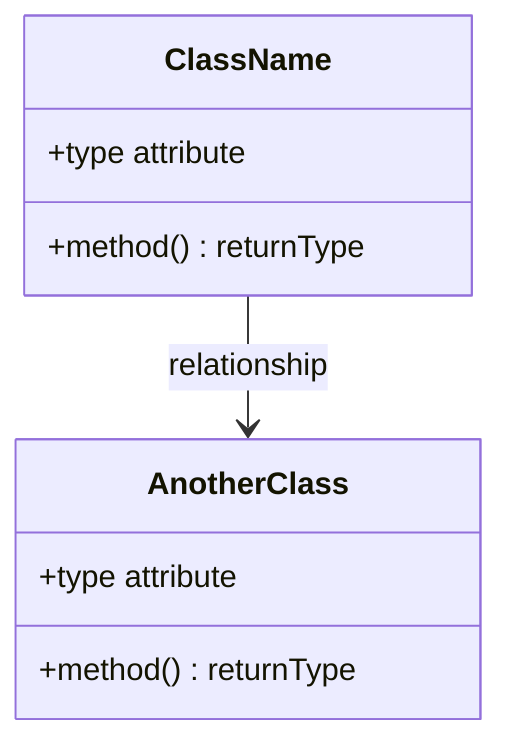
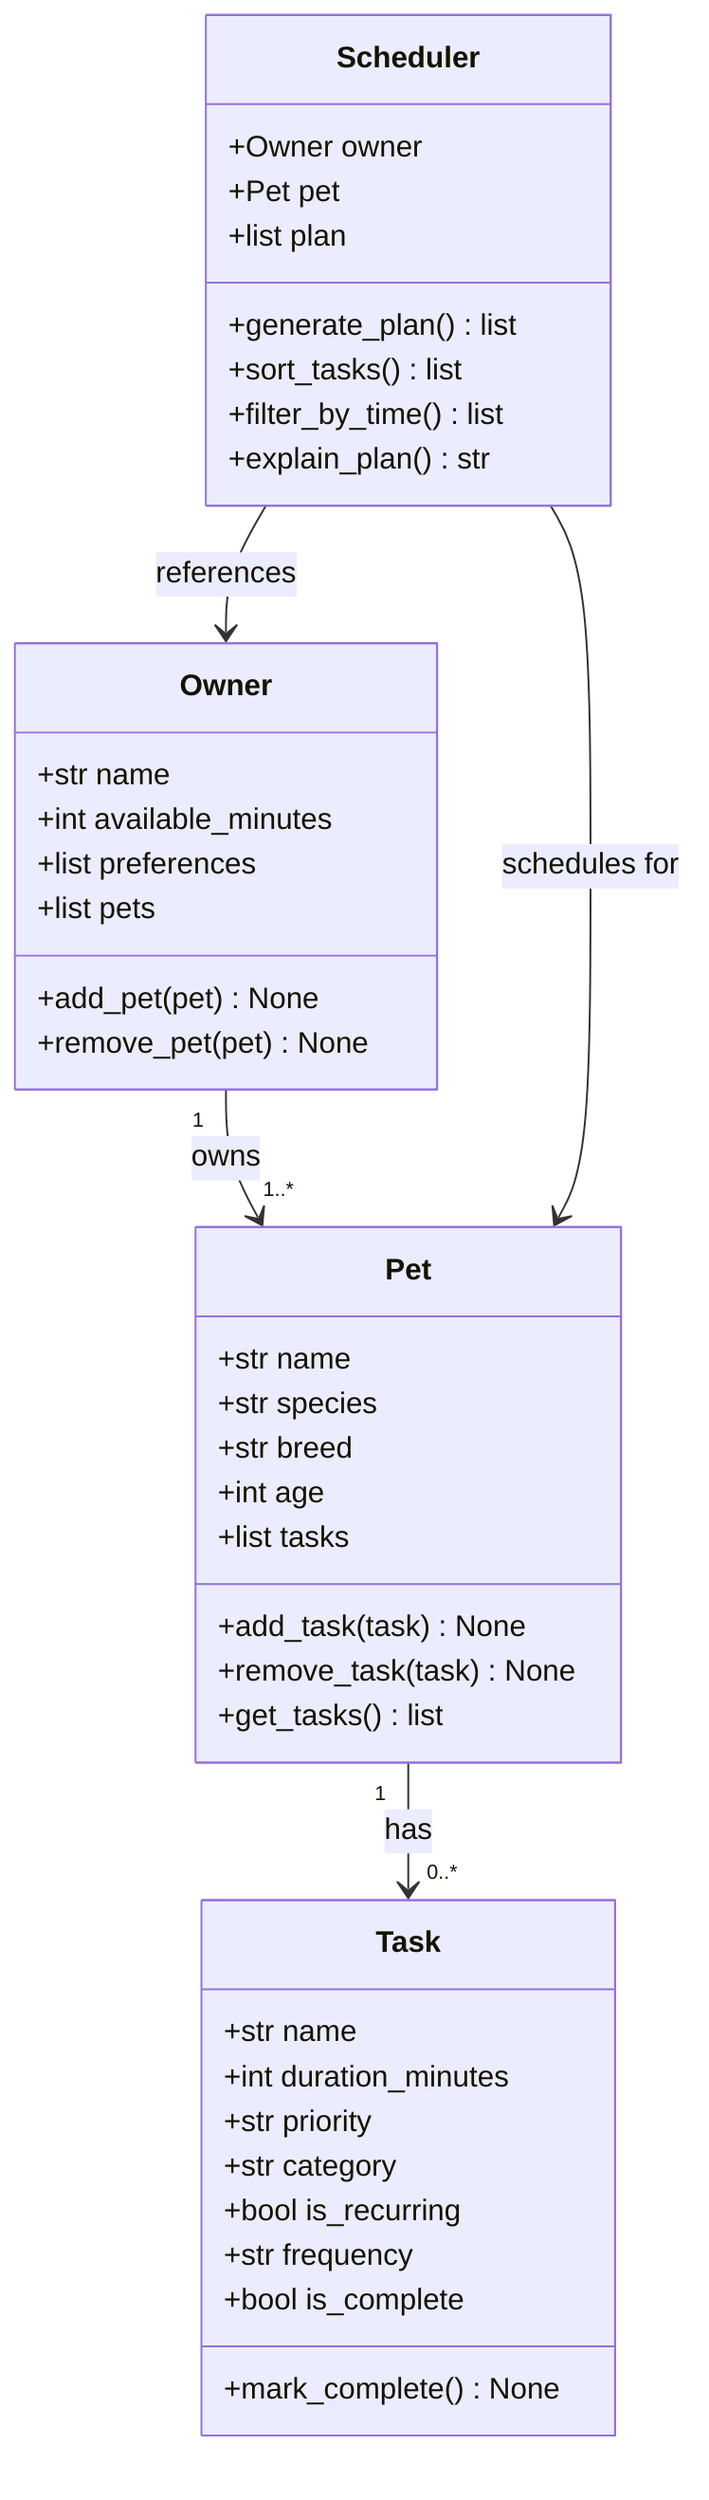
classDiagram
-     %% Replace the placeholders below with your actual classes, attributes, methods, and relationships.
    %% Keep this file updated so it matches your final implementation.

-     class ClassName {
-         +type attribute
-         +method() returnType
+     class Owner {
+         +str name
+         +int available_minutes
+         +list preferences
+         +list pets
+         +add_pet(pet) None
+         +remove_pet(pet) None
    }

-     class AnotherClass {
-         +type attribute
-         +method() returnType
+     class Pet {
+         +str name
+         +str species
+         +str breed
+         +int age
+         +list tasks
+         +add_task(task) None
+         +remove_task(task) None
+         +get_tasks() list
    }

-     ClassName --> AnotherClass : relationship
+     class Task {
+         +str name
+         +int duration_minutes
+         +str priority
+         +str category
+         +bool is_recurring
+         +str frequency
+         +bool is_complete
+         +mark_complete() None
+     }
+ 
+     class Scheduler {
+         +Owner owner
+         +Pet pet
+         +list plan
+         +generate_plan() list
+         +sort_tasks() list
+         +filter_by_time() list
+         +explain_plan() str
+     }
+ 
+     Owner "1" --> "1..*" Pet : owns
+     Pet "1" --> "0..*" Task : has
+     Scheduler --> Owner : references
+     Scheduler --> Pet : schedules for
